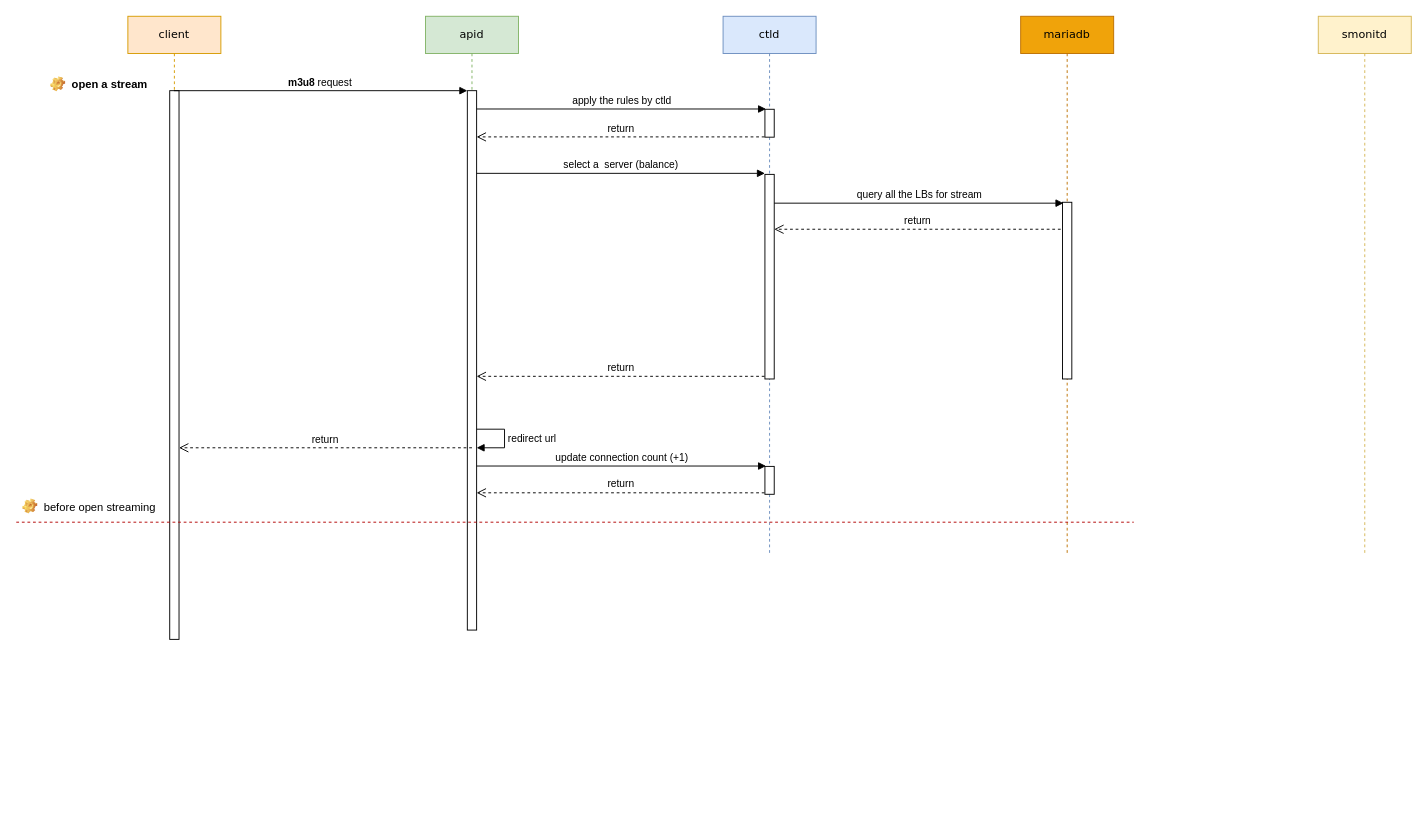
Earlier version of the draw.io diagram media-core/apid.drawio (explorer2036/charts). Source tidied: cells renumbered, new cells numbered last; positions are measured from the earlier drawing's top-left corner, leaving out a move shared by most shapes. Both pictures are drawn from the tidied source at 93%, with x=0, y=0 at pixel (16, 16).
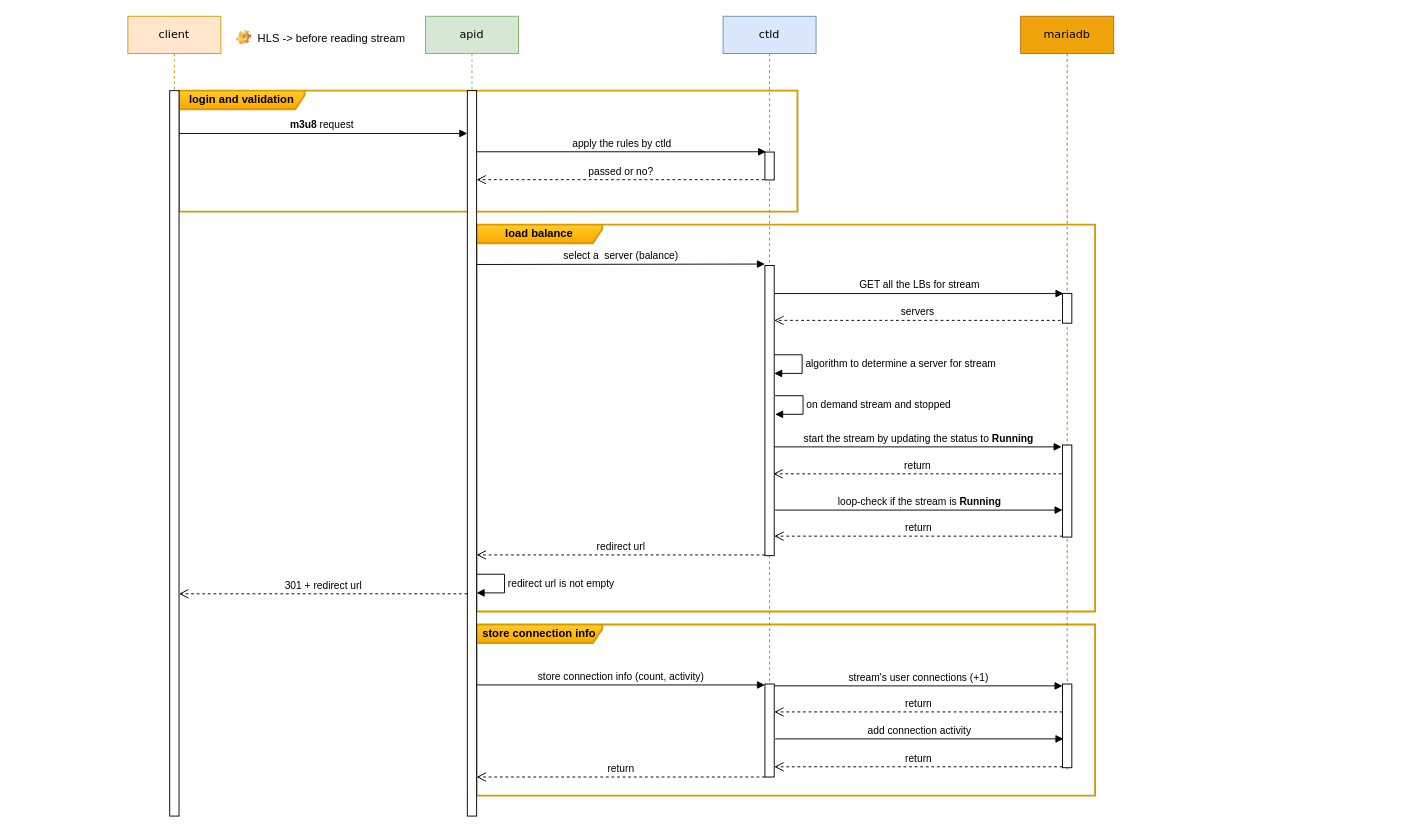
After the change.

The edit, as a diff of the source:
```diff
@@
+    <mxCell id="27" value="load balance" style="shape=umlFrame;whiteSpace=wrap;html=1;width=135;height=20;strokeWidth=2;fillColor=#ffcd28;strokeColor=#d79b00;perimeterSpacing=1;gradientColor=#ffa500;fontStyle=1;" parent="1" vertex="1">
+      <mxGeometry x="495" y="224" width="665" height="416" as="geometry" />
+    </mxCell>
+    <mxCell id="28" value="store connection info" style="shape=umlFrame;whiteSpace=wrap;html=1;width=135;height=20;strokeWidth=2;fillColor=#ffcd28;strokeColor=#d79b00;perimeterSpacing=1;gradientColor=#ffa500;fontStyle=1;" parent="1" vertex="1">
+      <mxGeometry x="495" y="654" width="665" height="184" as="geometry" />
+    </mxCell>
+    <mxCell id="21" value="store connection info (count, activity)" style="html=1;verticalAlign=bottom;endArrow=block;rounded=0;strokeWidth=1;" parent="1" edge="1">
+      <mxGeometry relative="1" as="geometry">
+        <mxPoint x="494.5" y="719" as="sourcePoint" />
+        <mxPoint x="805" y="719" as="targetPoint" />
+      </mxGeometry>
+    </mxCell>
+    <mxCell id="29" value="login and validation" style="shape=umlFrame;whiteSpace=wrap;html=1;width=135;height=20;strokeWidth=2;fillColor=#ffcd28;strokeColor=#d79b00;perimeterSpacing=1;gradientColor=#ffa500;fontStyle=1;" parent="1" vertex="1">
+      <mxGeometry x="175" y="80" width="665" height="130" as="geometry" />
+    </mxCell>
     <mxCell id="2" value="apid" style="shape=umlLifeline;perimeter=lifelinePerimeter;whiteSpace=wrap;html=1;rounded=0;shadow=0;comic=0;labelBackgroundColor=none;strokeWidth=1;fontFamily=Verdana;fontSize=12;align=center;fillColor=#d5e8d4;strokeColor=#82b366;" parent="1" vertex="1">
-      <mxGeometry x="440" width="100" height="660" as="geometry" />
+      <mxGeometry x="440" width="100" height="860" as="geometry" />
     </mxCell>
+    <mxCell id="4" value="redirect url is not empty" style="edgeStyle=orthogonalEdgeStyle;html=1;align=left;spacingLeft=2;endArrow=block;rounded=0;" parent="2" edge="1">
+      <mxGeometry relative="1" as="geometry">
+        <mxPoint x="55" y="600" as="sourcePoint" />
+        <mxPoint x="55" y="620" as="targetPoint" />
+        <Array as="points">
+          <mxPoint x="85" y="600" />
+          <mxPoint x="85" y="620" />
+        </Array>
+      </mxGeometry>
+    </mxCell>
-    <mxCell id="3" style="html=1;points=[];perimeter=orthogonalPerimeter;rounded=0;shadow=0;glass=0;sketch=0;strokeColor=default;" parent="2" vertex="1">
-      <mxGeometry x="45" y="80" width="10" height="580" as="geometry" />
+    <mxCell id="3" style="html=1;points=[];perimeter=orthogonalPerimeter;rounded=0;shadow=0;glass=0;sketch=0;" parent="2" vertex="1">
+      <mxGeometry x="45" y="80" width="10" height="780" as="geometry" />
     </mxCell>
-    <mxCell id="4" value="redirect url" style="edgeStyle=orthogonalEdgeStyle;html=1;align=left;spacingLeft=2;endArrow=block;rounded=0;" parent="2" edge="1">
-      <mxGeometry relative="1" as="geometry">
-        <mxPoint x="55" y="444" as="sourcePoint" />
-        <mxPoint x="55" y="464" as="targetPoint" />
-        <Array as="points">
-          <mxPoint x="85" y="444" />
-          <mxPoint x="85" y="464" />
-        </Array>
-      </mxGeometry>
-    </mxCell>
+    <mxCell id="30" value="return" style="html=1;verticalAlign=bottom;endArrow=open;dashed=1;endSize=8;rounded=0;" parent="2" edge="1">
+      <mxGeometry relative="1" as="geometry">
+        <mxPoint x="365" y="818" as="sourcePoint" />
+        <mxPoint x="55" y="818" as="targetPoint" />
+      </mxGeometry>
+    </mxCell>
     <mxCell id="5" value="ctld" style="shape=umlLifeline;perimeter=lifelinePerimeter;whiteSpace=wrap;html=1;rounded=0;shadow=0;comic=0;labelBackgroundColor=none;strokeWidth=1;fontFamily=Verdana;fontSize=12;align=center;fillColor=#dae8fc;strokeColor=#6c8ebf;" parent="1" vertex="1">
-      <mxGeometry x="760" width="100" height="580" as="geometry" />
+      <mxGeometry x="760" width="100" height="820" as="geometry" />
     </mxCell>
     <mxCell id="6" style="html=1;points=[];perimeter=orthogonalPerimeter;rounded=0;shadow=0;glass=0;sketch=0;strokeColor=default;" parent="5" vertex="1">
-      <mxGeometry x="45" y="100" width="10" height="30" as="geometry" />
+      <mxGeometry x="45" y="146" width="10" height="30" as="geometry" />
     </mxCell>
     <mxCell id="7" style="html=1;points=[];perimeter=orthogonalPerimeter;rounded=0;shadow=0;glass=0;sketch=0;strokeColor=default;" parent="5" vertex="1">
-      <mxGeometry x="45" y="170" width="10" height="220" as="geometry" />
+      <mxGeometry x="45" y="268" width="10" height="312" as="geometry" />
     </mxCell>
     <mxCell id="8" style="html=1;points=[];perimeter=orthogonalPerimeter;rounded=0;shadow=0;glass=0;sketch=0;strokeColor=default;" parent="5" vertex="1">
-      <mxGeometry x="45" y="484" width="10" height="30" as="geometry" />
+      <mxGeometry x="45" y="718" width="10" height="100" as="geometry" />
     </mxCell>
+    <mxCell id="31" value="algorithm to determine a server for stream" style="edgeStyle=orthogonalEdgeStyle;html=1;align=left;spacingLeft=2;endArrow=block;rounded=0;" parent="5" edge="1">
+      <mxGeometry relative="1" as="geometry">
+        <mxPoint x="55" y="364" as="sourcePoint" />
+        <mxPoint x="55" y="384" as="targetPoint" />
+        <Array as="points">
+          <mxPoint x="85" y="364" />
+          <mxPoint x="85" y="384" />
+        </Array>
+      </mxGeometry>
+    </mxCell>
     <mxCell id="9" value="client" style="shape=umlLifeline;perimeter=lifelinePerimeter;whiteSpace=wrap;html=1;outlineConnect=0;rounded=0;shadow=0;comic=0;labelBackgroundColor=none;strokeWidth=1;fontFamily=Verdana;fontSize=12;align=center;fillColor=#ffe6cc;strokeColor=#d79b00;" parent="1" vertex="1">
-      <mxGeometry x="120" width="100" height="670" as="geometry" />
+      <mxGeometry x="120" width="100" height="860" as="geometry" />
     </mxCell>
     <mxCell id="10" style="html=1;points=[];perimeter=orthogonalPerimeter;rounded=0;shadow=0;glass=0;sketch=0;strokeColor=default;" parent="9" vertex="1">
-      <mxGeometry x="45" y="80" width="10" height="590" as="geometry" />
+      <mxGeometry x="45" y="80" width="10" height="780" as="geometry" />
     </mxCell>
     <mxCell id="11" value="mariadb" style="shape=umlLifeline;perimeter=lifelinePerimeter;whiteSpace=wrap;html=1;rounded=0;shadow=0;comic=0;labelBackgroundColor=none;strokeWidth=1;fontFamily=Verdana;fontSize=12;align=center;fillColor=#f0a30a;strokeColor=#BD7000;glass=0;fontColor=#000000;" parent="1" vertex="1">
-      <mxGeometry x="1080" width="100" height="580" as="geometry" />
+      <mxGeometry x="1080" width="100" height="810" as="geometry" />
     </mxCell>
     <mxCell id="12" style="html=1;points=[];perimeter=orthogonalPerimeter;rounded=0;shadow=0;glass=0;sketch=0;strokeColor=default;" parent="11" vertex="1">
-      <mxGeometry x="45" y="200" width="10" height="190" as="geometry" />
+      <mxGeometry x="45" y="298" width="10" height="32" as="geometry" />
     </mxCell>
+    <mxCell id="32" style="html=1;perimeter=orthogonalPerimeter;rounded=0;shadow=0;glass=0;sketch=0;strokeColor=default;" parent="11" vertex="1">
+      <mxGeometry x="45" y="718" width="10" height="90" as="geometry" />
+    </mxCell>
+    <mxCell id="33" style="html=1;points=[];perimeter=orthogonalPerimeter;rounded=0;shadow=0;glass=0;sketch=0;strokeColor=default;" parent="11" vertex="1">
+      <mxGeometry x="45" y="461" width="10" height="99" as="geometry" />
+    </mxCell>
-    <mxCell id="13" value="&lt;b&gt;m3u8 &lt;/b&gt;request&amp;nbsp;" style="html=1;verticalAlign=bottom;endArrow=block;entryX=0;entryY=0;rounded=0;" parent="1" edge="1" source="9" target="3">
-      <mxGeometry relative="1" as="geometry" />
+    <mxCell id="13" value="&lt;b&gt;m3u8 &lt;/b&gt;request&amp;nbsp;" style="html=1;verticalAlign=bottom;endArrow=block;entryX=0;entryY=0;rounded=0;" parent="1" edge="1" source="10">
+      <mxGeometry relative="1" as="geometry">
+        <mxPoint x="485" y="126" as="targetPoint" />
+      </mxGeometry>
     </mxCell>
-    <mxCell id="14" value="return" style="html=1;verticalAlign=bottom;endArrow=open;dashed=1;endSize=8;rounded=0;" parent="1" edge="1">
+    <mxCell id="14" value="301 + redirect url" style="html=1;verticalAlign=bottom;endArrow=open;dashed=1;endSize=8;rounded=0;" parent="1" edge="1">
       <mxGeometry relative="1" as="geometry">
-        <mxPoint x="490" y="464" as="sourcePoint" />
-        <mxPoint x="175" y="464" as="targetPoint" />
+        <mxPoint x="485" y="621" as="sourcePoint" />
+        <mxPoint x="175" y="621" as="targetPoint" />
       </mxGeometry>
     </mxCell>
-    <mxCell id="15" value="apply the rules by ctld" style="html=1;verticalAlign=bottom;endArrow=block;rounded=0;entryX=0.12;entryY=-0.01;entryDx=0;entryDy=0;entryPerimeter=0;" parent="1" edge="1" source="3" target="6">
-      <mxGeometry relative="1" as="geometry" />
+    <mxCell id="15" value="apply the rules by ctld" style="html=1;verticalAlign=bottom;endArrow=block;rounded=0;entryX=0.12;entryY=-0.01;entryDx=0;entryDy=0;entryPerimeter=0;" parent="1" edge="1" target="6">
+      <mxGeometry relative="1" as="geometry">
+        <mxPoint x="495" y="145.7" as="sourcePoint" />
+      </mxGeometry>
     </mxCell>
-    <mxCell id="16" value="return" style="html=1;verticalAlign=bottom;endArrow=open;dashed=1;endSize=8;rounded=0;exitX=-0.04;exitY=0.99;exitDx=0;exitDy=0;exitPerimeter=0;" parent="1" edge="1" source="6" target="3">
-      <mxGeometry relative="1" as="geometry" />
+    <mxCell id="16" value="passed or no?" style="html=1;verticalAlign=bottom;endArrow=open;dashed=1;endSize=8;rounded=0;exitX=-0.04;exitY=0.99;exitDx=0;exitDy=0;exitPerimeter=0;" parent="1" edge="1" source="6">
+      <mxGeometry relative="1" as="geometry">
+        <mxPoint x="495" y="175.7" as="targetPoint" />
+      </mxGeometry>
     </mxCell>
-    <mxCell id="17" value="select a&amp;nbsp; server (balance)" style="html=1;verticalAlign=bottom;endArrow=block;rounded=0;entryX=0;entryY=-0.005;entryDx=0;entryDy=0;entryPerimeter=0;" parent="1" edge="1" source="3" target="7">
-      <mxGeometry relative="1" as="geometry" />
+    <mxCell id="17" value="select a&amp;nbsp; server (balance)" style="html=1;verticalAlign=bottom;endArrow=block;rounded=0;entryX=0;entryY=-0.005;entryDx=0;entryDy=0;entryPerimeter=0;" parent="1" edge="1" target="7">
+      <mxGeometry relative="1" as="geometry">
+        <mxPoint x="495" y="266.9" as="sourcePoint" />
+      </mxGeometry>
     </mxCell>
-    <mxCell id="18" value="return" style="html=1;verticalAlign=bottom;endArrow=open;dashed=1;endSize=8;rounded=0;exitX=-0.04;exitY=0.987;exitDx=0;exitDy=0;exitPerimeter=0;" parent="1" edge="1" source="7" target="3">
-      <mxGeometry relative="1" as="geometry" />
+    <mxCell id="18" value="redirect url" style="html=1;verticalAlign=bottom;endArrow=open;dashed=1;endSize=8;rounded=0;" parent="1" edge="1">
+      <mxGeometry relative="1" as="geometry">
+        <mxPoint x="805" y="579.2" as="sourcePoint" />
+        <mxPoint x="495" y="579.2" as="targetPoint" />
+      </mxGeometry>
     </mxCell>
-    <mxCell id="19" style="endArrow=none;html=1;rounded=0;dashed=1;fillColor=#e51400;strokeColor=#B20000;" parent="1" edge="1">
-      <mxGeometry relative="1" as="geometry">
-        <mxPoint y="544" as="sourcePoint" />
-        <mxPoint x="1201.6" y="544" as="targetPoint" />
-      </mxGeometry>
-    </mxCell>
-    <mxCell id="20" value="before open streaming" style="label;fontStyle=0;strokeColor=none;fillColor=none;align=left;verticalAlign=top;overflow=hidden;spacingLeft=28;spacingRight=4;imageWidth=16;imageHeight=16;image=img/clipart/Gear_128x128.png;rounded=0;shadow=0;glass=0;sketch=0;" parent="1" vertex="1">
-      <mxGeometry y="514" width="160" height="26" as="geometry" />
+    <mxCell id="20" value="HLS -&gt; before reading stream" style="label;fontStyle=0;strokeColor=none;fillColor=none;align=left;verticalAlign=top;overflow=hidden;spacingLeft=28;spacingRight=4;imageWidth=16;imageHeight=16;image=img/clipart/Gear_128x128.png;rounded=0;shadow=0;glass=0;sketch=0;" parent="1" vertex="1">
+      <mxGeometry x="230" y="10" width="200" height="26" as="geometry" />
     </mxCell>
-    <mxCell id="21" value="update connection count (+1)" style="html=1;verticalAlign=bottom;endArrow=block;rounded=0;entryX=0.12;entryY=-0.013;entryDx=0;entryDy=0;entryPerimeter=0;" parent="1" edge="1" target="8">
-      <mxGeometry relative="1" as="geometry">
-        <mxPoint x="495" y="483.6" as="sourcePoint" />
-      </mxGeometry>
-    </mxCell>
-    <mxCell id="22" value="return" style="html=1;verticalAlign=bottom;endArrow=open;dashed=1;endSize=8;rounded=0;exitX=-0.04;exitY=0.947;exitDx=0;exitDy=0;exitPerimeter=0;" parent="1" edge="1" source="8">
-      <mxGeometry relative="1" as="geometry">
-        <mxPoint x="495" y="512.4" as="targetPoint" />
-      </mxGeometry>
-    </mxCell>
-    <mxCell id="23" value="open a stream" style="label;fontStyle=1;strokeColor=none;fillColor=none;align=left;verticalAlign=top;overflow=hidden;spacingLeft=28;spacingRight=4;imageWidth=16;imageHeight=16;image=img/clipart/Gear_128x128.png;rounded=0;shadow=0;glass=0;sketch=0;" parent="1" vertex="1">
-      <mxGeometry x="30" y="60" width="120" height="26" as="geometry" />
-    </mxCell>
-    <mxCell id="24" value="smonitd" style="shape=umlLifeline;perimeter=lifelinePerimeter;whiteSpace=wrap;html=1;rounded=0;shadow=0;comic=0;labelBackgroundColor=none;strokeWidth=1;fontFamily=Verdana;fontSize=12;align=center;fillColor=#fff2cc;strokeColor=#d6b656;glass=0;" parent="1" vertex="1">
-      <mxGeometry x="1400" width="100" height="580" as="geometry" />
-    </mxCell>
-    <mxCell id="25" value="query all the LBs for stream" style="html=1;verticalAlign=bottom;endArrow=block;rounded=0;entryX=0.1;entryY=0.005;entryDx=0;entryDy=0;entryPerimeter=0;" parent="1" edge="1" source="7" target="12">
+    <mxCell id="25" value="GET all the LBs for stream" style="html=1;verticalAlign=bottom;endArrow=block;rounded=0;entryX=0.1;entryY=0.005;entryDx=0;entryDy=0;entryPerimeter=0;" parent="1" edge="1" source="7" target="12">
       <mxGeometry relative="1" as="geometry" />
     </mxCell>
-    <mxCell id="26" value="return" style="html=1;verticalAlign=bottom;endArrow=open;dashed=1;endSize=8;rounded=0;exitX=-0.2;exitY=0.121;exitDx=0;exitDy=0;exitPerimeter=0;" parent="1" edge="1">
+    <mxCell id="26" value="servers" style="html=1;verticalAlign=bottom;endArrow=open;dashed=1;endSize=8;rounded=0;exitX=-0.2;exitY=0.121;exitDx=0;exitDy=0;exitPerimeter=0;" parent="1" edge="1">
       <mxGeometry relative="1" as="geometry">
-        <mxPoint x="1123" y="229" as="sourcePoint" />
-        <mxPoint x="815" y="229" as="targetPoint" />
+        <mxPoint x="1123" y="327" as="sourcePoint" />
+        <mxPoint x="815" y="327" as="targetPoint" />
       </mxGeometry>
     </mxCell>
+    <mxCell id="34" value="stream's user connections (+1)" style="html=1;verticalAlign=bottom;endArrow=block;rounded=0;strokeWidth=1;" parent="1" edge="1">
+      <mxGeometry relative="1" as="geometry">
+        <mxPoint x="815" y="720" as="sourcePoint" />
+        <mxPoint x="1125" y="720" as="targetPoint" />
+      </mxGeometry>
+    </mxCell>
+    <mxCell id="35" value="add connection activity" style="html=1;verticalAlign=bottom;endArrow=block;rounded=0;strokeWidth=1;" parent="1" edge="1">
+      <mxGeometry relative="1" as="geometry">
+        <mxPoint x="816" y="777" as="sourcePoint" />
+        <mxPoint x="1126" y="777" as="targetPoint" />
+      </mxGeometry>
+    </mxCell>
+    <mxCell id="36" value="return" style="html=1;verticalAlign=bottom;endArrow=open;dashed=1;endSize=8;rounded=0;" parent="1" edge="1">
+      <mxGeometry relative="1" as="geometry">
+        <mxPoint x="1125" y="748" as="sourcePoint" />
+        <mxPoint x="815" y="748" as="targetPoint" />
+      </mxGeometry>
+    </mxCell>
+    <mxCell id="37" value="return" style="html=1;verticalAlign=bottom;endArrow=open;dashed=1;endSize=8;rounded=0;" parent="1" edge="1">
+      <mxGeometry relative="1" as="geometry">
+        <mxPoint x="1125" y="807" as="sourcePoint" />
+        <mxPoint x="815" y="807" as="targetPoint" />
+      </mxGeometry>
+    </mxCell>
+    <mxCell id="38" value="on demand stream and stopped" style="edgeStyle=orthogonalEdgeStyle;html=1;align=left;spacingLeft=2;endArrow=block;rounded=0;" parent="1" edge="1">
+      <mxGeometry relative="1" as="geometry">
+        <mxPoint x="816" y="408" as="sourcePoint" />
+        <mxPoint x="816" y="428" as="targetPoint" />
+        <Array as="points">
+          <mxPoint x="846" y="408" />
+          <mxPoint x="846" y="428" />
+        </Array>
+      </mxGeometry>
+    </mxCell>
+    <mxCell id="39" value="return" style="html=1;verticalAlign=bottom;endArrow=open;dashed=1;endSize=8;rounded=0;" parent="1" edge="1">
+      <mxGeometry relative="1" as="geometry">
+        <mxPoint x="1124" y="492" as="sourcePoint" />
+        <mxPoint x="814" y="492" as="targetPoint" />
+      </mxGeometry>
+    </mxCell>
+    <mxCell id="40" value="loop-check if the stream is &lt;b&gt;Running&lt;/b&gt;" style="html=1;verticalAlign=bottom;endArrow=block;rounded=0;" parent="1" edge="1" target="33">
+      <mxGeometry relative="1" as="geometry">
+        <mxPoint x="816" y="531" as="sourcePoint" />
+      </mxGeometry>
+    </mxCell>
+    <mxCell id="41" value="start the stream by updating the status to &lt;b&gt;Running&lt;/b&gt;" style="html=1;verticalAlign=bottom;endArrow=block;rounded=0;entryX=0;entryY=0.515;entryDx=0;entryDy=0;entryPerimeter=0;" parent="1" edge="1">
+      <mxGeometry relative="1" as="geometry">
+        <mxPoint x="815" y="463" as="sourcePoint" />
+        <mxPoint x="1124" y="463" as="targetPoint" />
+      </mxGeometry>
+    </mxCell>
+    <mxCell id="42" value="return" style="html=1;verticalAlign=bottom;endArrow=open;dashed=1;endSize=8;rounded=0;" parent="1" edge="1">
+      <mxGeometry relative="1" as="geometry">
+        <mxPoint x="1125" y="559" as="sourcePoint" />
+        <mxPoint x="815" y="559" as="targetPoint" />
+      </mxGeometry>
+    </mxCell>
```
